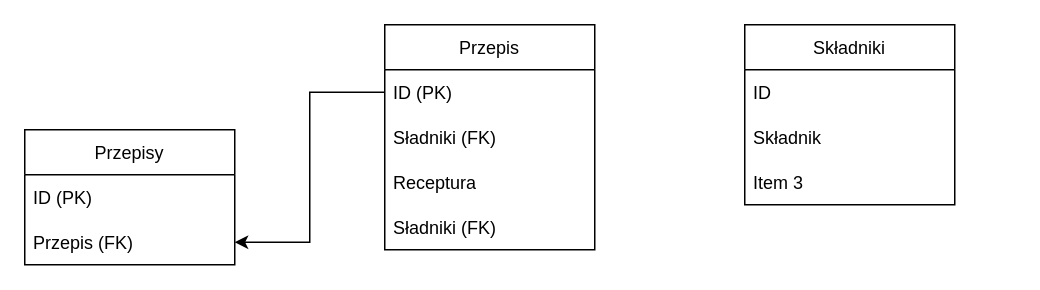
Earlier version of the draw.io diagram Diagram bez tytułu.drawio (FoxitFun/FirstGitProject). Source tidied: cells renumbered, new cells numbered last; positions are measured from the earlier drawing's top-left corner, leaving out a move shared by most shapes. Both pictures are drawn from the tidied source at 150%, with x=0, y=0 at pixel (24, 24).
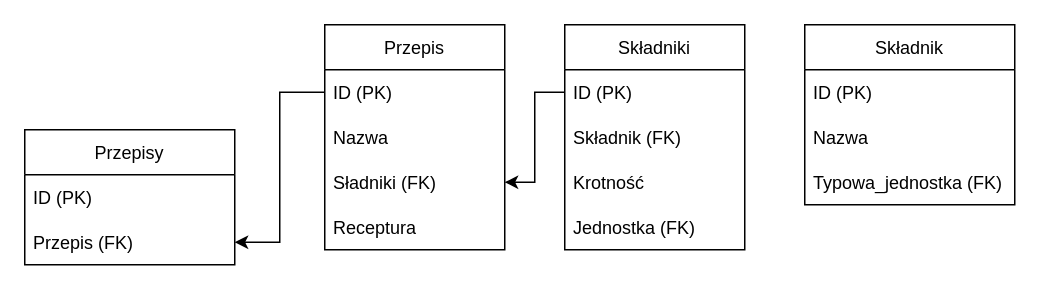
After the change.

Diff of the diagram source:
```diff
@@
     <mxCell id="5" value="Przepis" style="swimlane;fontStyle=0;horizontal=1;startSize=30;" parent="1" vertex="1">
-      <mxGeometry x="240" width="140" height="150" as="geometry" />
+      <mxGeometry x="200" width="120" height="150" as="geometry" />
     </mxCell>
     <mxCell id="6" value="ID (PK)" style="text;strokeColor=none;fillColor=none;align=left;verticalAlign=middle;spacingLeft=4;spacingRight=4;overflow=hidden;points=[[0,0.5],[1,0.5]];portConstraint=eastwest;" parent="5" vertex="1">
-      <mxGeometry y="30" width="140" height="30" as="geometry" />
+      <mxGeometry y="30" width="120" height="30" as="geometry" />
     </mxCell>
+    <mxCell id="15" value="Nazwa" style="text;strokeColor=none;fillColor=none;align=left;verticalAlign=middle;spacingLeft=4;spacingRight=4;overflow=hidden;" parent="5" vertex="1">
+      <mxGeometry y="60" width="120" height="30" as="geometry" />
+    </mxCell>
     <mxCell id="7" value="Sładniki (FK)" style="text;strokeColor=none;fillColor=none;align=left;verticalAlign=middle;spacingLeft=4;spacingRight=4;overflow=hidden;points=[[0,0.5],[1,0.5]];portConstraint=eastwest;" parent="5" vertex="1">
-      <mxGeometry y="60" width="140" height="30" as="geometry" />
+      <mxGeometry y="90" width="120" height="30" as="geometry" />
     </mxCell>
     <mxCell id="8" value="Receptura" style="text;strokeColor=none;fillColor=none;align=left;verticalAlign=middle;spacingLeft=4;spacingRight=4;overflow=hidden;" parent="5" vertex="1">
-      <mxGeometry y="90" width="140" height="30" as="geometry" />
+      <mxGeometry y="120" width="120" height="30" as="geometry" />
     </mxCell>
-    <mxCell id="9" value="Sładniki (FK)" style="text;strokeColor=none;fillColor=none;align=left;verticalAlign=middle;spacingLeft=4;spacingRight=4;overflow=hidden;" parent="5" vertex="1">
-      <mxGeometry y="120" width="140" height="30" as="geometry" />
-    </mxCell>
@@
     <mxCell id="11" value="Składniki" style="swimlane;fontStyle=0;horizontal=1;startSize=30;" parent="1" vertex="1">
-      <mxGeometry x="480" width="140" height="120" as="geometry" />
+      <mxGeometry x="360" width="120" height="150" as="geometry" />
     </mxCell>
-    <mxCell id="12" value="ID" style="text;strokeColor=none;fillColor=none;align=left;verticalAlign=middle;spacingLeft=4;spacingRight=4;overflow=hidden;points=[[0,0.5],[1,0.5]];portConstraint=eastwest;" parent="11" vertex="1">
-      <mxGeometry y="30" width="140" height="30" as="geometry" />
+    <mxCell id="12" value="ID (PK)" style="text;strokeColor=none;fillColor=none;align=left;verticalAlign=middle;spacingLeft=4;spacingRight=4;overflow=hidden;points=[[0,0.5],[1,0.5]];portConstraint=eastwest;" parent="11" vertex="1">
+      <mxGeometry y="30" width="120" height="30" as="geometry" />
     </mxCell>
-    <mxCell id="13" value="Składnik" style="text;strokeColor=none;fillColor=none;align=left;verticalAlign=middle;spacingLeft=4;spacingRight=4;overflow=hidden;" parent="11" vertex="1">
-      <mxGeometry y="60" width="140" height="30" as="geometry" />
+    <mxCell id="13" value="Składnik (FK)" style="text;strokeColor=none;fillColor=none;align=left;verticalAlign=middle;spacingLeft=4;spacingRight=4;overflow=hidden;" parent="11" vertex="1">
+      <mxGeometry y="60" width="120" height="30" as="geometry" />
     </mxCell>
-    <mxCell id="14" value="Item 3" style="text;strokeColor=none;fillColor=none;align=left;verticalAlign=middle;spacingLeft=4;spacingRight=4;overflow=hidden;" parent="11" vertex="1">
-      <mxGeometry y="90" width="140" height="30" as="geometry" />
+    <mxCell id="14" value="Krotność" style="text;strokeColor=none;fillColor=none;align=left;verticalAlign=middle;spacingLeft=4;spacingRight=4;overflow=hidden;" parent="11" vertex="1">
+      <mxGeometry y="90" width="120" height="30" as="geometry" />
     </mxCell>
+    <mxCell id="16" value="Jednostka (FK)" style="text;strokeColor=none;fillColor=none;align=left;verticalAlign=middle;spacingLeft=4;spacingRight=4;overflow=hidden;" parent="11" vertex="1">
+      <mxGeometry y="120" width="120" height="30" as="geometry" />
+    </mxCell>
+    <mxCell id="17" style="edgeStyle=orthogonalEdgeStyle;rounded=0;jettySize=auto;html=1;exitX=0;exitY=0.5;exitDx=0;exitDy=0;entryX=1;entryY=0.5;entryDx=0;entryDy=0;" parent="1" edge="1" source="12" target="7">
+      <mxGeometry relative="1" as="geometry" />
+    </mxCell>
+    <mxCell id="18" value="Składnik" style="swimlane;fontStyle=0;horizontal=1;startSize=30;" parent="1" vertex="1">
+      <mxGeometry x="520" width="140" height="120" as="geometry" />
+    </mxCell>
+    <mxCell id="19" value="ID (PK)" style="text;strokeColor=none;fillColor=none;align=left;verticalAlign=middle;spacingLeft=4;spacingRight=4;overflow=hidden;" parent="18" vertex="1">
+      <mxGeometry y="30" width="140" height="30" as="geometry" />
+    </mxCell>
+    <mxCell id="20" value="Nazwa" style="text;strokeColor=none;fillColor=none;align=left;verticalAlign=middle;spacingLeft=4;spacingRight=4;overflow=hidden;" parent="18" vertex="1">
+      <mxGeometry y="60" width="140" height="30" as="geometry" />
+    </mxCell>
+    <mxCell id="21" value="Typowa_jednostka (FK)" style="text;strokeColor=none;fillColor=none;align=left;verticalAlign=middle;spacingLeft=4;spacingRight=4;overflow=hidden;" parent="18" vertex="1">
+      <mxGeometry y="90" width="140" height="30" as="geometry" />
+    </mxCell>
```
